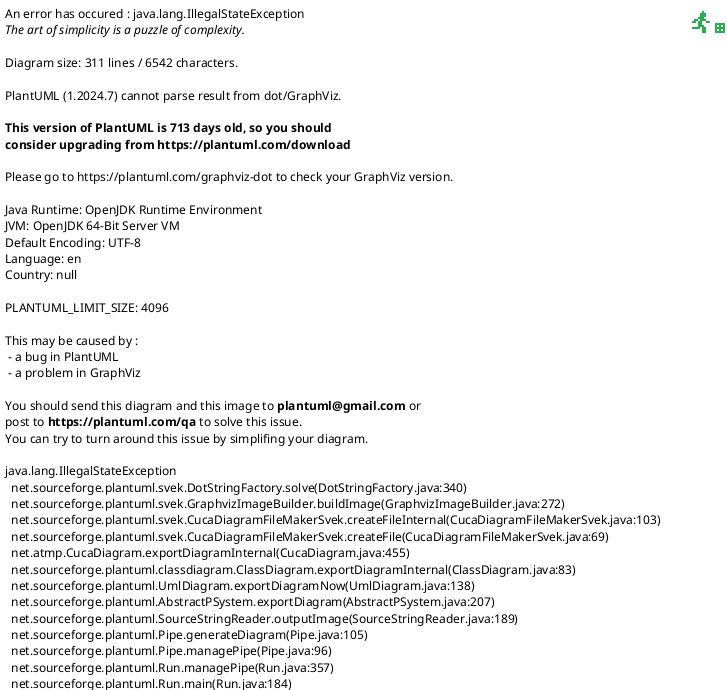
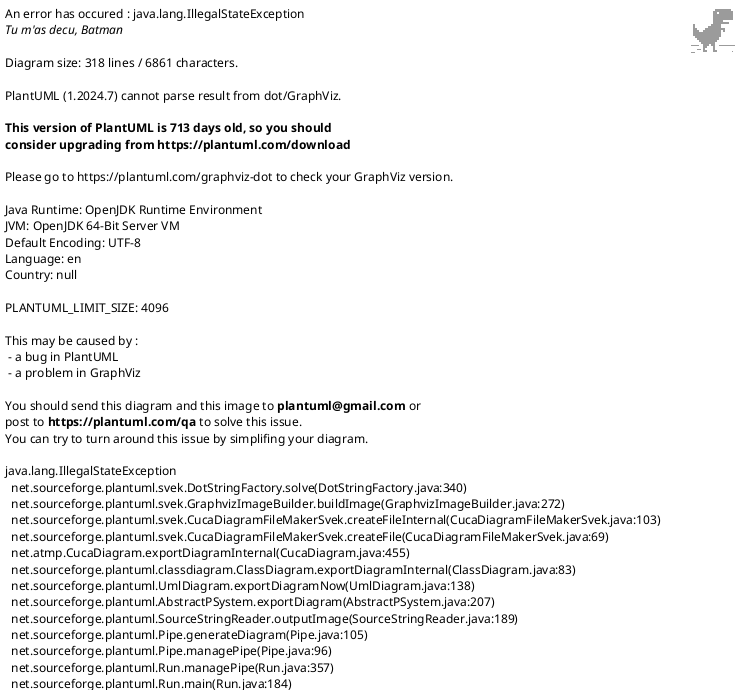
@startuml
title University Academic Management System - Analytical Class Diagram

skinparam classAttributeIconSize 0
skinparam linetype ortho
hide circle

package "Users" {
  abstract class Person {
    id: Long
    name: String
    surname: String
    birthDate: BirthDate
    emails: Set<String>
    primaryEmail: String
    passwordHash: String
  }

  class Student {
    studentNumber: String
  }

  class Teacher {
    employeeNumber: String
    isQualifiedFor(subject): boolean
  }

  class Administrator {
    employeeNumber: String
  }

  class PersonEmail <<multi-value>> {
    email: String
  }

  Person <|-- Student
  Person <|-- Teacher
  Person <|-- Administrator
  Person "1" *-- "1..3" PersonEmail : emails
}

package "Academic Structure" {
  class Field {
    id: Long
    name: String
  }

  class Semester {
    id: Long
    number: int
    startDate: LocalDate
    endDate: LocalDate
  }

  class StudentGroup {
    id: Long
    code: String
  }

  class Subject {
    id: Long
    name: String
  }

-   Field "1" -- "0..*" Semester : contains
+   class SemesterFieldSubject <<association class>>
+ 
+   Field "0..*" -- "1..*" Semester : academic periods
+   Semester "1" -- "0..*" SemesterFieldSubject
+   Field "1" -- "0..*" SemesterFieldSubject
+   Subject "1" -- "0..*" SemesterFieldSubject : curriculum
  Semester "1" -- "0..*" StudentGroup : groups
+   Field "1" -- "0..*" StudentGroup : field context
  StudentGroup "1" -- "0..*" Student : students
  Subject "0..*" -- "0..*" StudentGroup : assigned to
  Teacher "1..*" -- "1..5" Subject : qualified subjects
}

package "Scheduling And Attendance" {
  class WeeklyScheduleEntry {
    id: Long
    classType: ClassType
    meetingMode: MeetingMode
    dayOfWeek: DayOfWeek
    startTime: LocalTime
    endTime: LocalTime
    onlineMeetingLink: String
  }

  class ClassMeeting {
    id: Long
    meetingDate: LocalDate
    time: MeetingTime
    classType: ClassType
    meetingMode: MeetingMode
    status: ClassMeetingStatus
    location: String
    onlineMeetingLink: String
    comment: String
  }

  class Attendance {
    id: Long
    status: AttendanceStatus
    comment: String
  }

  class MeetingTime <<value object>> {
    dayOfWeek: DayOfWeek
    startTime: LocalTime
    endTime: LocalTime
  }

  Semester "1" -- "0..*" WeeklyScheduleEntry : has templates
+   Field "1" -- "0..*" WeeklyScheduleEntry : field context
  StudentGroup "1" -- "0..*" WeeklyScheduleEntry : has
  Subject "1" -- "0..*" WeeklyScheduleEntry : planned subject
  Teacher "1" -- "0..*" WeeklyScheduleEntry : planned teacher
  WeeklyScheduleEntry "1" -- "0..*" ClassMeeting : generates

  StudentGroup "1" -- "0..*" ClassMeeting : assigned group
  Subject "1" -- "0..*" ClassMeeting : taught subject
  Teacher "1" -- "0..*" ClassMeeting : conducts
  ClassMeeting "1" *-- "0..*" Attendance : attendance records
  Student "1" -- "0..*" Attendance : receives
  ClassMeeting *-- MeetingTime : time
}

package "Rooms" {
  class Room {
    id: Long
    roomNumber: String
    capacity: int
    getBookingForSlot(slot)
    isAvailable(slot): boolean
  }

  class MeetingSlot <<qualifier>> {
    date: LocalDate
    startTime: LocalTime
    endTime: LocalTime
  }

  class RoomBooking {
    id: Long
    bookingStatus: BookingStatus
  }

  Room "1" -- "0..*" RoomBooking : bookingsBySlot [MeetingSlot]
  RoomBooking *-- "1" MeetingSlot : meetingSlot
  ClassMeeting "0..1" -- "0..1" RoomBooking : room booking
  WeeklyScheduleEntry "0..*" -- "0..1" Room : planned room
}

package "Reporting" {
  class AttendanceReport {
    id: Long
    generatedOn: LocalDate
    reportType: ReportType
    dateFrom: LocalDate
    dateTo: LocalDate
    classType: ClassType
    overallPerformancePercentage: double
    generateConclusionMessage(): String
  }

  class ReportLine {
    id: Long
    totalMeetings: int
    presentCount: int
    absentCount: int
    lateCount: int
    excusedCount: int
    attendancePercentage: double
  }

  AttendanceReport "1" *-- "0..*" ReportLine : report lines
  ReportLine "0..*" -- "1" Student : student
  AttendanceReport "0..*" -- "0..*" Semester : selected semesters
  AttendanceReport "0..*" -- "0..1" Teacher : teacher filter
  AttendanceReport "0..*" -- "0..1" Subject : subject filter
  AttendanceReport "0..*" -- "0..1" StudentGroup : group filter
}

package "Notifications" {
  abstract class Notification {
    id: Long
    title: String
    message: String
    priority: int
    status: NotificationStatus
    calculateDeliveryEffort(): int
  }

  class EmailNotification {
    hasAttachment: boolean
  }

  class SystemNotification {
    displaySeconds: int
  }

  class ScheduledNotificationTask {
    id: Long
    taskType: NotificationTaskType
    status: NotificationTaskStatus
    scheduledAt: LocalDateTime
    processedAt: LocalDateTime
    retryCount: int
    failureReason: String
  }

  Notification <|-- EmailNotification
  Notification <|-- SystemNotification
  Person "1" -- "0..*" Notification : recipient
  Person "1" -- "0..*" ScheduledNotificationTask : task recipient
  ClassMeeting "0..1" -- "0..*" ScheduledNotificationTask : meeting trigger
  AttendanceReport "0..1" -- "0..*" ScheduledNotificationTask : report trigger
}

package "Enumerations" {
  enum AttendanceStatus {
    PRESENT
    LATE
    ABSENT
    EXCUSED
  }

  enum BookingStatus {
    RESERVED
    CONFIRMED
    CANCELLED
  }

  enum ClassMeetingStatus {
    DRAFT
    SCHEDULED
    CANCELLED
    COMPLETED
  }

  enum ClassType {
    LECTURE
    TUTORIAL
    LABORATORY
  }

  enum MeetingMode {
    ONLINE
    CLASSROOM
  }

  enum NotificationStatus {
    DRAFT
    PENDING
    SENT
    FAILED
    CANCELLED
  }

  enum NotificationTaskStatus {
    PENDING
    PROCESSING
    SENT
    FAILED
    CANCELLED
  }

  enum NotificationTaskType {
    CLASS_MEETING_REMINDER
    LOW_ATTENDANCE_WARNING
    ATTENDANCE_REGISTERED
    ATTENDANCE_UPDATED
    REPORT_READY
  }

  enum ReportType {
    SEMESTER
    TEACHER
    SUBJECT
    GROUP
    COMBINED
  }
}

Attendance --> AttendanceStatus
RoomBooking --> BookingStatus
ClassMeeting --> ClassMeetingStatus
ClassMeeting --> ClassType
WeeklyScheduleEntry --> ClassType
ClassMeeting --> MeetingMode
WeeklyScheduleEntry --> MeetingMode
Notification --> NotificationStatus
ScheduledNotificationTask --> NotificationTaskStatus
ScheduledNotificationTask --> NotificationTaskType
AttendanceReport --> ReportType

note right of StudentGroup
MAS 4.2.4:
StudentGroup 1 -> 0..* Student.
The GUI screen displays students
through StudentGroup.getStudents().
end note

note right of Room
Qualified association:
Room [MeetingSlot] -> RoomBooking.
The same room cannot have two bookings
for the same date, start time, and end time.
end note

note right of Teacher
Teacher specialization is separate from
concrete class meetings.
Teacher-Subject = qualification.
Teacher-ClassMeeting = actual lesson.
end note

@enduml
